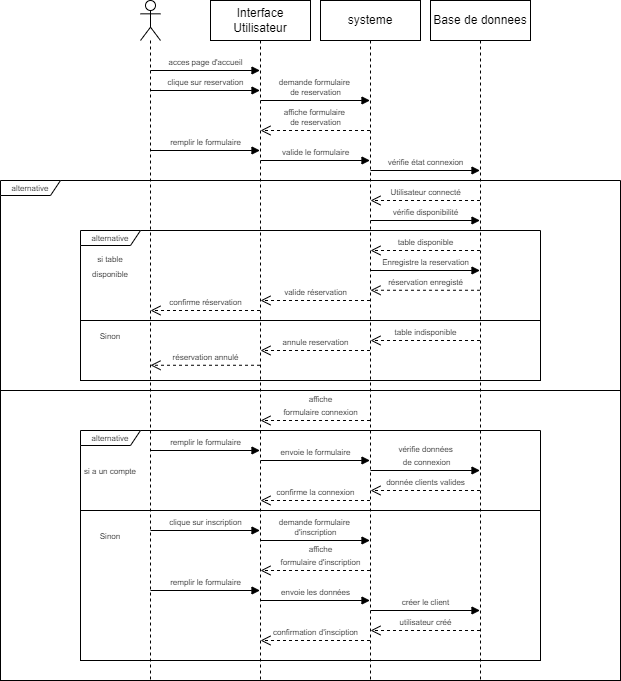
MathieuBal/STUDI_Projet_fil_rouge keeps this draw.io diagram as assets/Diagrammes/Sequences/quai_antique_sequence_reservation.drawio.png. Above is the earlier version. Source tidied: cells renumbered, new cells last; positions are measured from the earlier drawing's top-left corner, leaving out a move shared by most shapes.
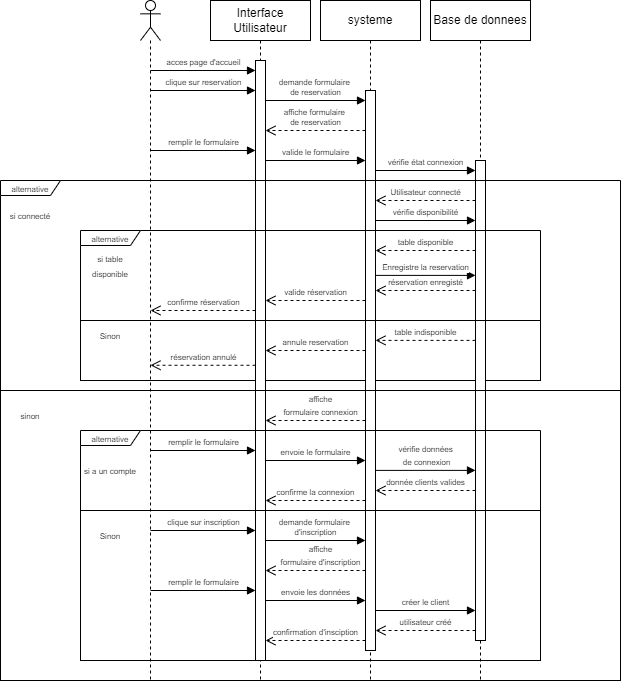
The same file after the commit.

Diff of the diagram source:
```diff
@@ -16,2 +16,5 @@
     </mxCell>
+    <mxCell id="47" style="html=1;points=[[0,0,0,0,5],[0,1,0,0,-5],[1,0,0,0,5],[1,1,0,0,-5]];perimeter=orthogonalPerimeter;outlineConnect=0;targetShapes=umlLifeline;portConstraint=eastwest;newEdgeStyle={&quot;curved&quot;:0,&quot;rounded&quot;:0};" parent="5" vertex="1">
+      <mxGeometry x="45" y="60" width="10" height="600" as="geometry" />
+    </mxCell>
     <mxCell id="6" value="systeme" style="shape=umlLifeline;perimeter=lifelinePerimeter;whiteSpace=wrap;html=1;newEdgeStyle={&quot;curved&quot;:0,&quot;rounded&quot;:0};" parent="1" vertex="1">
@@ -19,2 +22,5 @@
     </mxCell>
+    <mxCell id="48" style="html=1;points=[[0,0,0,0,5],[0,1,0,0,-5],[1,0,0,0,5],[1,1,0,0,-5]];perimeter=orthogonalPerimeter;outlineConnect=0;targetShapes=umlLifeline;portConstraint=eastwest;newEdgeStyle={&quot;curved&quot;:0,&quot;rounded&quot;:0};" parent="6" vertex="1">
+      <mxGeometry x="45" y="90" width="10" height="560" as="geometry" />
+    </mxCell>
     <mxCell id="7" value="Base de donnees" style="shape=umlLifeline;perimeter=lifelinePerimeter;whiteSpace=wrap;html=1;newEdgeStyle={&quot;curved&quot;:0,&quot;rounded&quot;:0};" parent="1" vertex="1">
@@ -22,2 +28,5 @@
     </mxCell>
+    <mxCell id="49" style="html=1;perimeter=orthogonalPerimeter;targetShapes=umlLifeline;newEdgeStyle={&quot;curved&quot;:0,&quot;rounded&quot;:0};" parent="7" vertex="1">
+      <mxGeometry x="45" y="160" width="10" height="480" as="geometry" />
+    </mxCell>
     <mxCell id="8" style="shape=umlLifeline;perimeter=lifelinePerimeter;whiteSpace=wrap;html=1;newEdgeStyle={&quot;curved&quot;:0,&quot;rounded&quot;:0};participant=umlActor;" parent="1" vertex="1">
@@ -25,36 +34,30 @@
     </mxCell>
-    <mxCell id="9" value="&lt;font style=&quot;font-size: 8px;&quot;&gt;clique sur reservation&lt;/font&gt;" style="html=1;verticalAlign=bottom;endArrow=block;curved=0;rounded=0;" parent="1" edge="1">
+    <mxCell id="9" value="&lt;font style=&quot;font-size: 8px;&quot;&gt;clique sur reservation&lt;/font&gt;" style="html=1;verticalAlign=bottom;endArrow=block;curved=0;rounded=0;" parent="1" edge="1" target="47">
       <mxGeometry relative="1" as="geometry">
         <mxPoint x="150" y="90" as="sourcePoint" />
-        <mxPoint x="259.5" y="90" as="targetPoint" />
       </mxGeometry>
     </mxCell>
-    <mxCell id="10" value="&lt;font style=&quot;font-size: 8px;&quot;&gt;acces page d'accueil&lt;/font&gt;" style="html=1;verticalAlign=bottom;endArrow=block;curved=0;rounded=0;" parent="1" edge="1">
+    <mxCell id="10" value="&lt;font style=&quot;font-size: 8px;&quot;&gt;acces page d'accueil&lt;/font&gt;" style="html=1;verticalAlign=bottom;endArrow=block;curved=0;rounded=0;" parent="1" edge="1" target="47">
       <mxGeometry relative="1" as="geometry">
         <mxPoint x="150" y="70" as="sourcePoint" />
-        <mxPoint x="259.5" y="70" as="targetPoint" />
       </mxGeometry>
     </mxCell>
-    <mxCell id="11" value="&lt;font style=&quot;font-size: 8px;&quot;&gt;demande formulaire&amp;nbsp;&lt;/font&gt;&lt;div style=&quot;font-size: 8px;&quot;&gt;&lt;font style=&quot;font-size: 8px;&quot;&gt;de reservation&lt;/font&gt;&lt;/div&gt;" style="html=1;verticalAlign=bottom;endArrow=block;curved=0;rounded=0;" parent="1" edge="1">
+    <mxCell id="11" value="&lt;font style=&quot;font-size: 8px;&quot;&gt;demande formulaire&amp;nbsp;&lt;/font&gt;&lt;div style=&quot;font-size: 8px;&quot;&gt;&lt;font style=&quot;font-size: 8px;&quot;&gt;de reservation&lt;/font&gt;&lt;/div&gt;" style="html=1;verticalAlign=bottom;endArrow=block;curved=0;rounded=0;" parent="1" edge="1" source="47">
       <mxGeometry relative="1" as="geometry">
-        <mxPoint x="260" y="100" as="sourcePoint" />
-        <mxPoint x="369.5" y="100" as="targetPoint" />
+        <mxPoint x="365" y="100" as="targetPoint" />
       </mxGeometry>
     </mxCell>
-    <mxCell id="12" value="&lt;font style=&quot;font-size: 8px;&quot;&gt;affiche formulaire&amp;nbsp;&lt;/font&gt;&lt;div style=&quot;font-size: 8px;&quot;&gt;de reservation&lt;/div&gt;" style="html=1;verticalAlign=bottom;endArrow=open;dashed=1;endSize=8;curved=0;rounded=0;" parent="1" edge="1">
+    <mxCell id="12" value="&lt;font style=&quot;font-size: 8px;&quot;&gt;affiche formulaire&amp;nbsp;&lt;/font&gt;&lt;div style=&quot;font-size: 8px;&quot;&gt;de reservation&lt;/div&gt;" style="html=1;verticalAlign=bottom;endArrow=open;dashed=1;endSize=8;curved=0;rounded=0;" parent="1" edge="1" target="47">
       <mxGeometry relative="1" as="geometry">
-        <mxPoint x="369.5" y="130" as="sourcePoint" />
-        <mxPoint x="260" y="130" as="targetPoint" />
+        <mxPoint x="365" y="130" as="sourcePoint" />
       </mxGeometry>
     </mxCell>
-    <mxCell id="13" value="&lt;span style=&quot;font-size: 8px;&quot;&gt;remplir le formulaire&lt;/span&gt;" style="html=1;verticalAlign=bottom;endArrow=block;curved=0;rounded=0;" parent="1" edge="1">
+    <mxCell id="13" value="&lt;span style=&quot;font-size: 8px;&quot;&gt;remplir le formulaire&lt;/span&gt;" style="html=1;verticalAlign=bottom;endArrow=block;curved=0;rounded=0;" parent="1" edge="1" target="47">
       <mxGeometry relative="1" as="geometry">
         <mxPoint x="150" y="150" as="sourcePoint" />
-        <mxPoint x="259.5" y="150" as="targetPoint" />
       </mxGeometry>
     </mxCell>
-    <mxCell id="14" value="&lt;span style=&quot;font-size: 8px;&quot;&gt;valide le formulaire&lt;/span&gt;" style="html=1;verticalAlign=bottom;endArrow=block;curved=0;rounded=0;" parent="1" edge="1">
+    <mxCell id="14" value="&lt;span style=&quot;font-size: 8px;&quot;&gt;valide le formulaire&lt;/span&gt;" style="html=1;verticalAlign=bottom;endArrow=block;curved=0;rounded=0;" parent="1" edge="1" source="47">
       <mxGeometry relative="1" as="geometry">
-        <mxPoint x="260" y="160" as="sourcePoint" />
-        <mxPoint x="369.5" y="160" as="targetPoint" />
+        <mxPoint x="365" y="160" as="targetPoint" />
       </mxGeometry>
@@ -64,18 +67,15 @@
     </mxCell>
-    <mxCell id="16" value="&lt;span style=&quot;font-size: 8px;&quot;&gt;vérifie état connexion&lt;/span&gt;" style="html=1;verticalAlign=bottom;endArrow=block;curved=0;rounded=0;" parent="1" edge="1">
+    <mxCell id="16" value="&lt;span style=&quot;font-size: 8px;&quot;&gt;vérifie état connexion&lt;/span&gt;" style="html=1;verticalAlign=bottom;endArrow=block;curved=0;rounded=0;" parent="1" edge="1" source="48">
       <mxGeometry relative="1" as="geometry">
-        <mxPoint x="370" y="170" as="sourcePoint" />
-        <mxPoint x="479.5" y="170" as="targetPoint" />
+        <mxPoint x="475" y="170" as="targetPoint" />
       </mxGeometry>
     </mxCell>
-    <mxCell id="17" value="&lt;span style=&quot;font-size: 8px;&quot;&gt;Utilisateur connecté&lt;/span&gt;" style="html=1;verticalAlign=bottom;endArrow=open;dashed=1;endSize=8;curved=0;rounded=0;" parent="1" edge="1">
+    <mxCell id="17" value="&lt;span style=&quot;font-size: 8px;&quot;&gt;Utilisateur connecté&lt;/span&gt;" style="html=1;verticalAlign=bottom;endArrow=open;dashed=1;endSize=8;curved=0;rounded=0;" parent="1" edge="1" target="48">
       <mxGeometry relative="1" as="geometry">
-        <mxPoint x="479.5" y="200" as="sourcePoint" />
-        <mxPoint x="370" y="200" as="targetPoint" />
+        <mxPoint x="475" y="200" as="sourcePoint" />
       </mxGeometry>
     </mxCell>
-    <mxCell id="18" value="&lt;span style=&quot;font-size: 8px;&quot;&gt;vérifie disponibilité&lt;/span&gt;" style="html=1;verticalAlign=bottom;endArrow=block;curved=0;rounded=0;" parent="1" edge="1">
+    <mxCell id="18" value="&lt;span style=&quot;font-size: 8px;&quot;&gt;vérifie disponibilité&lt;/span&gt;" style="html=1;verticalAlign=bottom;endArrow=block;curved=0;rounded=0;" parent="1" edge="1" source="48">
       <mxGeometry relative="1" as="geometry">
-        <mxPoint x="370" y="220" as="sourcePoint" />
-        <mxPoint x="479.5" y="220" as="targetPoint" />
+        <mxPoint x="475" y="220" as="targetPoint" />
       </mxGeometry>
@@ -85,29 +85,26 @@
     </mxCell>
-    <mxCell id="20" value="&lt;span style=&quot;font-size: 8px;&quot;&gt;table disponible&lt;/span&gt;" style="html=1;verticalAlign=bottom;endArrow=open;dashed=1;endSize=8;curved=0;rounded=0;" parent="1" edge="1">
+    <mxCell id="20" value="&lt;span style=&quot;font-size: 8px;&quot;&gt;table disponible&lt;/span&gt;" style="html=1;verticalAlign=bottom;endArrow=open;dashed=1;endSize=8;curved=0;rounded=0;" parent="1" edge="1" target="48">
       <mxGeometry relative="1" as="geometry">
-        <mxPoint x="479.5" y="250" as="sourcePoint" />
-        <mxPoint x="370" y="250" as="targetPoint" />
+        <mxPoint x="475" y="250" as="sourcePoint" />
       </mxGeometry>
     </mxCell>
+    <mxCell id="22" value="&lt;span style=&quot;font-size: 8px;&quot;&gt;réservation enregisté&lt;/span&gt;" style="html=1;verticalAlign=bottom;endArrow=open;dashed=1;endSize=8;curved=0;rounded=0;" parent="1" edge="1">
+      <mxGeometry relative="1" as="geometry">
+        <mxPoint x="475" y="290" as="sourcePoint" />
+        <mxPoint x="375" y="290" as="targetPoint" />
+      </mxGeometry>
+    </mxCell>
     <mxCell id="21" value="&lt;span style=&quot;font-size: 8px;&quot;&gt;Enregistre la reservation&lt;/span&gt;" style="html=1;verticalAlign=bottom;endArrow=block;curved=0;rounded=0;" parent="1" edge="1">
       <mxGeometry relative="1" as="geometry">
-        <mxPoint x="370" y="270" as="sourcePoint" />
-        <mxPoint x="479.5" y="270" as="targetPoint" />
+        <mxPoint x="375" y="274.9" as="sourcePoint" />
+        <mxPoint x="475" y="274.9" as="targetPoint" />
       </mxGeometry>
     </mxCell>
-    <mxCell id="22" value="&lt;span style=&quot;font-size: 8px;&quot;&gt;réservation enregisté&lt;/span&gt;" style="html=1;verticalAlign=bottom;endArrow=open;dashed=1;endSize=8;curved=0;rounded=0;" parent="1" edge="1">
-      <mxGeometry relative="1" as="geometry">
-        <mxPoint x="479.5" y="289.8" as="sourcePoint" />
-        <mxPoint x="370" y="289.8" as="targetPoint" />
-      </mxGeometry>
-    </mxCell>
-    <mxCell id="23" value="&lt;span style=&quot;font-size: 8px;&quot;&gt;valide réservation&lt;/span&gt;" style="html=1;verticalAlign=bottom;endArrow=open;dashed=1;endSize=8;curved=0;rounded=0;" parent="1" edge="1">
+    <mxCell id="23" value="&lt;span style=&quot;font-size: 8px;&quot;&gt;valide réservation&lt;/span&gt;" style="html=1;verticalAlign=bottom;endArrow=open;dashed=1;endSize=8;curved=0;rounded=0;" parent="1" edge="1" target="47">
       <mxGeometry relative="1" as="geometry">
-        <mxPoint x="369.5" y="300" as="sourcePoint" />
-        <mxPoint x="260" y="300" as="targetPoint" />
+        <mxPoint x="365" y="300" as="sourcePoint" />
       </mxGeometry>
     </mxCell>
-    <mxCell id="24" value="&lt;span style=&quot;font-size: 8px;&quot;&gt;confirme réservation&lt;/span&gt;" style="html=1;verticalAlign=bottom;endArrow=open;dashed=1;endSize=8;curved=0;rounded=0;" parent="1" edge="1">
+    <mxCell id="24" value="&lt;span style=&quot;font-size: 8px;&quot;&gt;confirme réservation&lt;/span&gt;" style="html=1;verticalAlign=bottom;endArrow=open;dashed=1;endSize=8;curved=0;rounded=0;" parent="1" edge="1" source="47">
       <mxGeometry relative="1" as="geometry">
-        <mxPoint x="259.5" y="310" as="sourcePoint" />
         <mxPoint x="150" y="310" as="targetPoint" />
@@ -117,15 +114,13 @@
       <mxGeometry relative="1" as="geometry">
-        <mxPoint x="479.5" y="340" as="sourcePoint" />
-        <mxPoint x="370" y="340" as="targetPoint" />
+        <mxPoint x="475" y="339.9" as="sourcePoint" />
+        <mxPoint x="375" y="339.9" as="targetPoint" />
       </mxGeometry>
     </mxCell>
-    <mxCell id="26" value="&lt;span style=&quot;font-size: 8px;&quot;&gt;annule reservation&lt;/span&gt;" style="html=1;verticalAlign=bottom;endArrow=open;dashed=1;endSize=8;curved=0;rounded=0;" parent="1" edge="1">
+    <mxCell id="26" value="&lt;span style=&quot;font-size: 8px;&quot;&gt;annule reservation&lt;/span&gt;" style="html=1;verticalAlign=bottom;endArrow=open;dashed=1;endSize=8;curved=0;rounded=0;" parent="1" edge="1" target="47">
       <mxGeometry relative="1" as="geometry">
-        <mxPoint x="369.5" y="350" as="sourcePoint" />
-        <mxPoint x="260" y="350" as="targetPoint" />
+        <mxPoint x="365" y="350" as="sourcePoint" />
       </mxGeometry>
     </mxCell>
-    <mxCell id="27" value="&lt;span style=&quot;font-size: 8px;&quot;&gt;réservation annulé&lt;/span&gt;" style="html=1;verticalAlign=bottom;endArrow=open;dashed=1;endSize=8;curved=0;rounded=0;" parent="1" edge="1">
+    <mxCell id="27" value="&lt;span style=&quot;font-size: 8px;&quot;&gt;réservation annulé&lt;/span&gt;" style="html=1;verticalAlign=bottom;endArrow=open;dashed=1;endSize=8;curved=0;rounded=0;" parent="1" edge="1" source="47">
       <mxGeometry relative="1" as="geometry">
-        <mxPoint x="259.5" y="364.8" as="sourcePoint" />
         <mxPoint x="150" y="364.8" as="targetPoint" />
@@ -141,10 +136,9 @@
       <mxGeometry relative="1" as="geometry">
-        <mxPoint x="479.5" y="490" as="sourcePoint" />
-        <mxPoint x="370" y="490" as="targetPoint" />
+        <mxPoint x="475" y="490" as="sourcePoint" />
+        <mxPoint x="375" y="490" as="targetPoint" />
       </mxGeometry>
     </mxCell>
-    <mxCell id="31" value="&lt;span style=&quot;font-size: 8px;&quot;&gt;affiche&lt;/span&gt;&lt;div&gt;&lt;span style=&quot;font-size: 8px;&quot;&gt;formulaire connexion&lt;/span&gt;&lt;/div&gt;" style="html=1;verticalAlign=bottom;endArrow=open;dashed=1;endSize=8;curved=0;rounded=0;" parent="1" edge="1">
+    <mxCell id="31" value="&lt;span style=&quot;font-size: 8px;&quot;&gt;affiche&lt;/span&gt;&lt;div&gt;&lt;span style=&quot;font-size: 8px;&quot;&gt;formulaire connexion&lt;/span&gt;&lt;/div&gt;" style="html=1;verticalAlign=bottom;endArrow=open;dashed=1;endSize=8;curved=0;rounded=0;" parent="1" edge="1" target="47">
       <mxGeometry x="-0.1" relative="1" as="geometry">
-        <mxPoint x="369.5" y="420" as="sourcePoint" />
-        <mxPoint x="260" y="420" as="targetPoint" />
+        <mxPoint x="365" y="420" as="sourcePoint" />
       </mxGeometry>
@@ -154,12 +148,10 @@
     </mxCell>
-    <mxCell id="33" value="&lt;span style=&quot;font-size: 8px;&quot;&gt;remplir le formulaire&lt;/span&gt;" style="html=1;verticalAlign=bottom;endArrow=block;curved=0;rounded=0;" parent="1" edge="1">
+    <mxCell id="33" value="&lt;span style=&quot;font-size: 8px;&quot;&gt;remplir le formulaire&lt;/span&gt;" style="html=1;verticalAlign=bottom;endArrow=block;curved=0;rounded=0;" parent="1" edge="1" target="47">
       <mxGeometry relative="1" as="geometry">
         <mxPoint x="150" y="450" as="sourcePoint" />
-        <mxPoint x="259.5" y="450" as="targetPoint" />
       </mxGeometry>
     </mxCell>
-    <mxCell id="34" value="&lt;span style=&quot;font-size: 8px;&quot;&gt;envoie le formulaire&lt;/span&gt;" style="html=1;verticalAlign=bottom;endArrow=block;curved=0;rounded=0;" parent="1" edge="1">
+    <mxCell id="34" value="&lt;span style=&quot;font-size: 8px;&quot;&gt;envoie le formulaire&lt;/span&gt;" style="html=1;verticalAlign=bottom;endArrow=block;curved=0;rounded=0;" parent="1" edge="1" source="47">
       <mxGeometry relative="1" as="geometry">
-        <mxPoint x="260" y="460" as="sourcePoint" />
-        <mxPoint x="369.5" y="460" as="targetPoint" />
+        <mxPoint x="365" y="460" as="targetPoint" />
       </mxGeometry>
@@ -168,40 +160,34 @@
       <mxGeometry relative="1" as="geometry">
-        <mxPoint x="370" y="470" as="sourcePoint" />
-        <mxPoint x="479.5" y="470" as="targetPoint" />
+        <mxPoint x="375" y="469.9" as="sourcePoint" />
+        <mxPoint x="475" y="469.9" as="targetPoint" />
       </mxGeometry>
     </mxCell>
-    <mxCell id="36" value="&lt;span style=&quot;font-size: 8px;&quot;&gt;confirme la connexion&lt;/span&gt;" style="html=1;verticalAlign=bottom;endArrow=open;dashed=1;endSize=8;curved=0;rounded=0;" parent="1" edge="1">
+    <mxCell id="36" value="&lt;span style=&quot;font-size: 8px;&quot;&gt;confirme la connexion&lt;/span&gt;" style="html=1;verticalAlign=bottom;endArrow=open;dashed=1;endSize=8;curved=0;rounded=0;" parent="1" edge="1" target="47">
       <mxGeometry relative="1" as="geometry">
-        <mxPoint x="369.5" y="500" as="sourcePoint" />
-        <mxPoint x="260" y="500" as="targetPoint" />
+        <mxPoint x="365" y="500" as="sourcePoint" />
       </mxGeometry>
     </mxCell>
-    <mxCell id="37" value="&lt;span style=&quot;font-size: 8px;&quot;&gt;clique sur inscription&lt;/span&gt;" style="html=1;verticalAlign=bottom;endArrow=block;curved=0;rounded=0;" parent="1" edge="1">
+    <mxCell id="37" value="&lt;span style=&quot;font-size: 8px;&quot;&gt;clique sur inscription&lt;/span&gt;" style="html=1;verticalAlign=bottom;endArrow=block;curved=0;rounded=0;" parent="1" edge="1" target="47">
       <mxGeometry relative="1" as="geometry">
         <mxPoint x="150" y="530" as="sourcePoint" />
-        <mxPoint x="259.5" y="530" as="targetPoint" />
       </mxGeometry>
     </mxCell>
+    <mxCell id="39" value="&lt;span style=&quot;font-size: 8px;&quot;&gt;affiche&lt;/span&gt;&lt;div&gt;&lt;span style=&quot;font-size: 8px;&quot;&gt;formulaire d'inscription&lt;/span&gt;&lt;/div&gt;" style="html=1;verticalAlign=bottom;endArrow=open;dashed=1;endSize=8;curved=0;rounded=0;" parent="1" edge="1" target="47">
+      <mxGeometry x="-0.09" relative="1" as="geometry">
+        <mxPoint x="365" y="570" as="sourcePoint" />
+      </mxGeometry>
+    </mxCell>
-    <mxCell id="38" value="&lt;font style=&quot;font-size: 8px;&quot;&gt;demande formulaire&amp;nbsp;&lt;/font&gt;&lt;div style=&quot;font-size: 8px;&quot;&gt;&lt;font style=&quot;font-size: 8px;&quot;&gt;d'inscription&lt;/font&gt;&lt;/div&gt;" style="html=1;verticalAlign=bottom;endArrow=block;curved=0;rounded=0;" parent="1" edge="1">
+    <mxCell id="38" value="&lt;font style=&quot;font-size: 8px;&quot;&gt;demande formulaire&amp;nbsp;&lt;/font&gt;&lt;div style=&quot;font-size: 8px;&quot;&gt;&lt;font style=&quot;font-size: 8px;&quot;&gt;d'inscription&lt;/font&gt;&lt;/div&gt;" style="html=1;verticalAlign=bottom;endArrow=block;curved=0;rounded=0;" parent="1" edge="1" source="47">
       <mxGeometry relative="1" as="geometry">
-        <mxPoint x="260" y="540" as="sourcePoint" />
-        <mxPoint x="369.5" y="540" as="targetPoint" />
+        <mxPoint x="365" y="540" as="targetPoint" />
       </mxGeometry>
     </mxCell>
-    <mxCell id="39" value="&lt;span style=&quot;font-size: 8px;&quot;&gt;affiche&lt;/span&gt;&lt;div&gt;&lt;span style=&quot;font-size: 8px;&quot;&gt;formulaire d'inscription&lt;/span&gt;&lt;/div&gt;" style="html=1;verticalAlign=bottom;endArrow=open;dashed=1;endSize=8;curved=0;rounded=0;" parent="1" edge="1">
-      <mxGeometry x="-0.1" relative="1" as="geometry">
-        <mxPoint x="369.5" y="570" as="sourcePoint" />
-        <mxPoint x="260" y="570" as="targetPoint" />
-      </mxGeometry>
-    </mxCell>
-    <mxCell id="40" value="&lt;span style=&quot;font-size: 8px;&quot;&gt;remplir le formulaire&lt;/span&gt;" style="html=1;verticalAlign=bottom;endArrow=block;curved=0;rounded=0;" parent="1" edge="1">
+    <mxCell id="40" value="&lt;span style=&quot;font-size: 8px;&quot;&gt;remplir le formulaire&lt;/span&gt;" style="html=1;verticalAlign=bottom;endArrow=block;curved=0;rounded=0;" parent="1" edge="1" target="47">
       <mxGeometry relative="1" as="geometry">
         <mxPoint x="150" y="590" as="sourcePoint" />
-        <mxPoint x="259.5" y="590" as="targetPoint" />
       </mxGeometry>
     </mxCell>
-    <mxCell id="41" value="&lt;span style=&quot;font-size: 8px;&quot;&gt;envoie les données&lt;/span&gt;" style="html=1;verticalAlign=bottom;endArrow=block;curved=0;rounded=0;" parent="1" edge="1">
+    <mxCell id="41" value="&lt;span style=&quot;font-size: 8px;&quot;&gt;envoie les données&lt;/span&gt;" style="html=1;verticalAlign=bottom;endArrow=block;curved=0;rounded=0;" parent="1" edge="1" source="47">
       <mxGeometry relative="1" as="geometry">
-        <mxPoint x="260" y="600" as="sourcePoint" />
-        <mxPoint x="369.5" y="600" as="targetPoint" />
+        <mxPoint x="365" y="600" as="targetPoint" />
       </mxGeometry>
@@ -210,4 +196,4 @@
       <mxGeometry relative="1" as="geometry">
-        <mxPoint x="370" y="610" as="sourcePoint" />
-        <mxPoint x="479.5" y="610" as="targetPoint" />
+        <mxPoint x="375" y="610" as="sourcePoint" />
+        <mxPoint x="475" y="610" as="targetPoint" />
       </mxGeometry>
@@ -216,10 +202,9 @@
       <mxGeometry relative="1" as="geometry">
-        <mxPoint x="479.5" y="630" as="sourcePoint" />
-        <mxPoint x="370" y="630" as="targetPoint" />
+        <mxPoint x="475" y="630" as="sourcePoint" />
+        <mxPoint x="375" y="630" as="targetPoint" />
       </mxGeometry>
     </mxCell>
-    <mxCell id="44" value="&lt;span style=&quot;font-size: 8px;&quot;&gt;confirmation d'insciption&lt;/span&gt;" style="html=1;verticalAlign=bottom;endArrow=open;dashed=1;endSize=8;curved=0;rounded=0;" parent="1" edge="1">
+    <mxCell id="44" value="&lt;span style=&quot;font-size: 8px;&quot;&gt;confirmation d'insciption&lt;/span&gt;" style="html=1;verticalAlign=bottom;endArrow=open;dashed=1;endSize=8;curved=0;rounded=0;" parent="1" edge="1" target="47">
       <mxGeometry relative="1" as="geometry">
-        <mxPoint x="369.5" y="640" as="sourcePoint" />
-        <mxPoint x="260" y="640" as="targetPoint" />
+        <mxPoint x="365" y="640" as="sourcePoint" />
       </mxGeometry>
@@ -232,2 +217,8 @@
     </mxCell>
+    <mxCell id="50" value="&lt;font style=&quot;font-size: 8px;&quot;&gt;si connecté&lt;/font&gt;" style="text;html=1;align=center;verticalAlign=middle;whiteSpace=wrap;rounded=0;" parent="1" vertex="1">
+      <mxGeometry y="200" width="60" height="30" as="geometry" />
+    </mxCell>
+    <mxCell id="51" value="&lt;font style=&quot;font-size: 8px;&quot;&gt;sinon&lt;/font&gt;" style="text;html=1;align=center;verticalAlign=middle;whiteSpace=wrap;rounded=0;" parent="1" vertex="1">
+      <mxGeometry y="400" width="60" height="30" as="geometry" />
+    </mxCell>
   </root>
```
